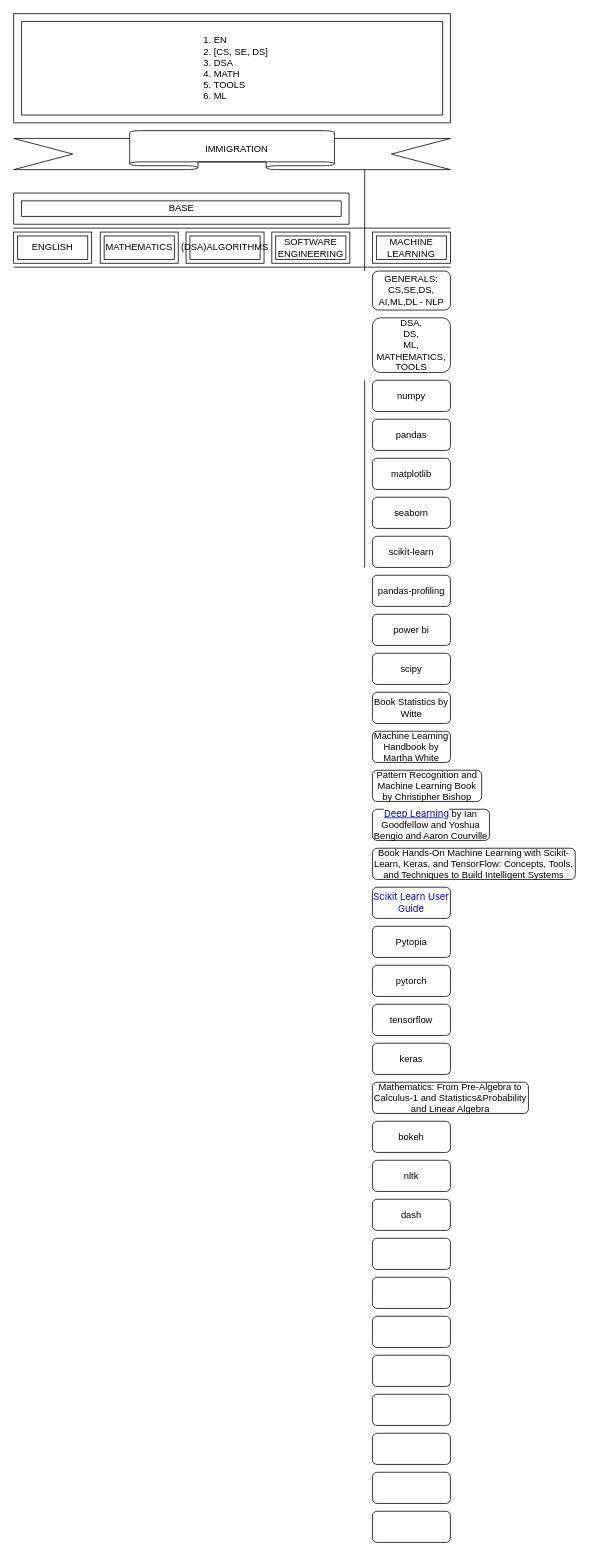
Earlier version of the draw.io diagram Specific-RoadMap/draw/Untitled Diagram.drawio (amir4v/dev). Source tidied: cells renumbered, new cells numbered last; positions are measured from the earlier drawing's top-left corner, leaving out a move shared by most shapes. Both pictures are drawn from the tidied source at 78%, with x=0, y=0 at pixel (13, 13).
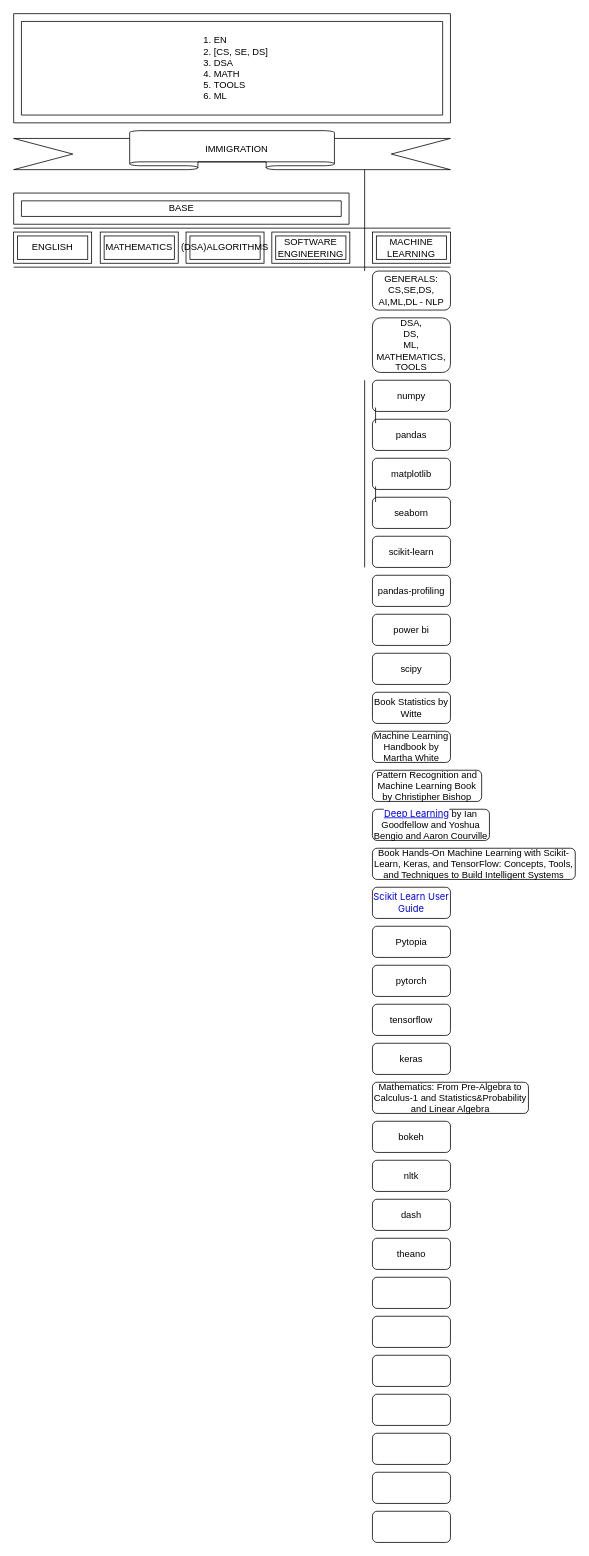
The same diagram, later.

Change to the diagram source:
```diff
@@
-    <mxCell id="37" style="rounded=1;whiteSpace=wrap;html=1;" parent="1" vertex="1">
+    <mxCell id="37" value="theano" style="rounded=1;whiteSpace=wrap;html=1;" parent="1" vertex="1">
       <mxGeometry x="460" y="1570" width="100" height="40" as="geometry" />
     </mxCell>
@@
+    <mxCell id="49" style="endArrow=none;html=1;rounded=0;" parent="1" edge="1">
+      <mxGeometry relative="1" as="geometry">
+        <mxPoint x="464" y="525" as="sourcePoint" />
+        <mxPoint x="464" y="505" as="targetPoint" />
+      </mxGeometry>
+    </mxCell>
+    <mxCell id="50" style="endArrow=none;html=1;rounded=0;" parent="1" edge="1">
+      <mxGeometry relative="1" as="geometry">
+        <mxPoint x="464" y="626" as="sourcePoint" />
+        <mxPoint x="464" y="606" as="targetPoint" />
+      </mxGeometry>
+    </mxCell>
```
